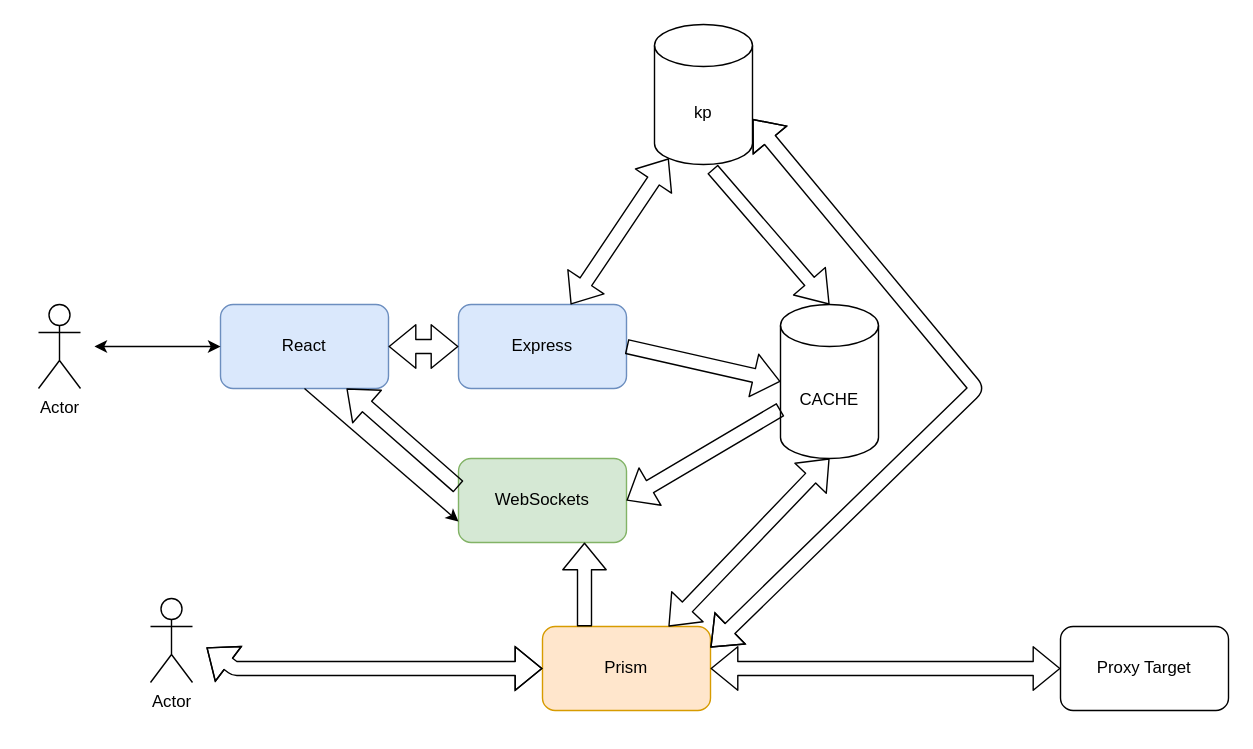
Above: project/Untitled Diagram.drawio in MarkoVcode/Insect (draw.io), before the change. Source tidied: cells renumbered, new cells numbered last; positions are measured from the earlier drawing's top-left corner, leaving out a move shared by most shapes. Both pictures are drawn from the tidied source at 140%, with x=0, y=0 at pixel (38, 24).
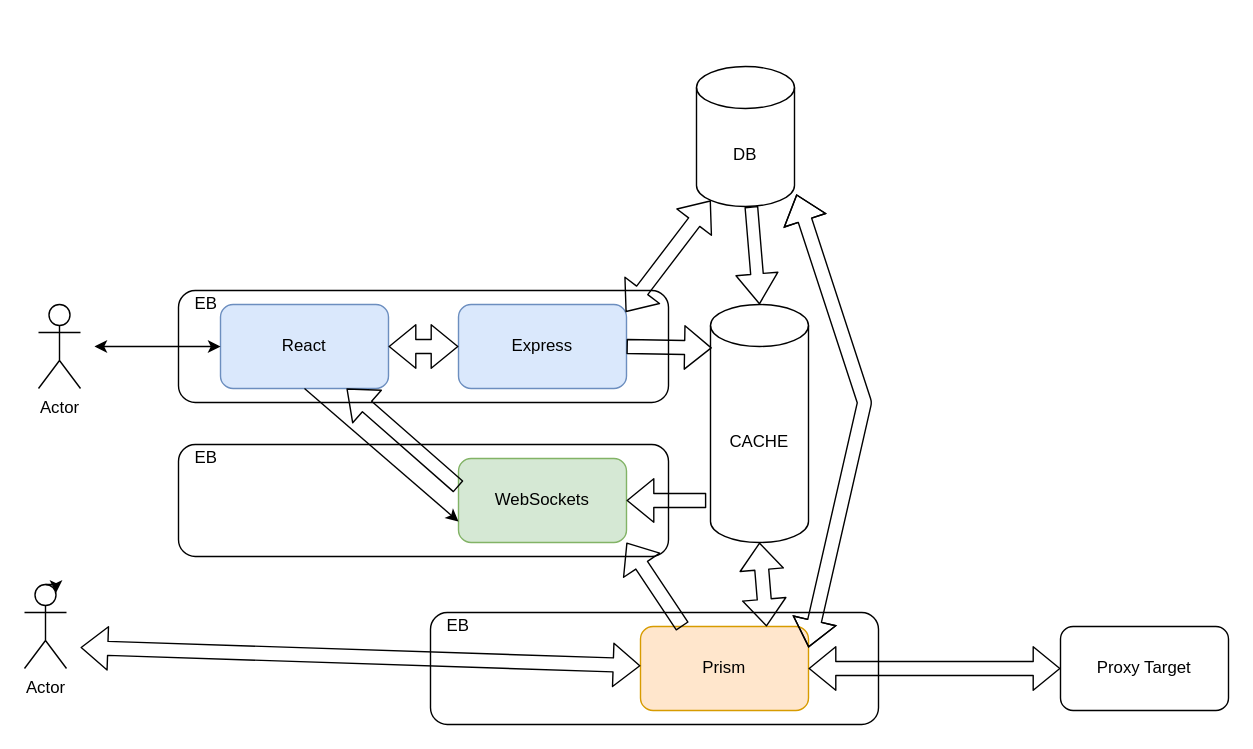
The same diagram, later.

Unchanged cells that the change refers to:
```xml
<mxCell id="2" value="Express" style="rounded=1;whiteSpace=wrap;html=1;fillColor=#dae8fc;strokeColor=#6c8ebf;" parent="1" vertex="1">
  <mxGeometry x="300" y="200" width="120" height="60" as="geometry" />
</mxCell>
<mxCell id="17" value="WebSockets" style="rounded=1;whiteSpace=wrap;html=1;fillColor=#d5e8d4;strokeColor=#82b366;" parent="1" vertex="1">
  <mxGeometry x="300" y="310" width="120" height="60" as="geometry" />
</mxCell>
```

Change to the diagram source:
```diff
@@
+    <mxCell id="24" style="rounded=1;whiteSpace=wrap;html=1;" parent="1" vertex="1">
+      <mxGeometry x="280" y="420" width="320" height="80" as="geometry" />
+    </mxCell>
+    <mxCell id="25" style="rounded=1;whiteSpace=wrap;html=1;" parent="1" vertex="1">
+      <mxGeometry x="100" y="300" width="350" height="80" as="geometry" />
+    </mxCell>
+    <mxCell id="26" style="rounded=1;whiteSpace=wrap;html=1;" parent="1" vertex="1">
+      <mxGeometry x="100" y="190" width="350" height="80" as="geometry" />
+    </mxCell>
@@
-    <mxCell id="5" value="kp" style="shape=cylinder3;whiteSpace=wrap;html=1;boundedLbl=1;backgroundOutline=1;size=15;" parent="1" vertex="1">
-      <mxGeometry x="440" width="70" height="100" as="geometry" />
+    <mxCell id="5" value="DB" style="shape=cylinder3;whiteSpace=wrap;html=1;boundedLbl=1;backgroundOutline=1;size=15;" parent="1" vertex="1">
+      <mxGeometry x="470" y="30" width="70" height="100" as="geometry" />
     </mxCell>
     <mxCell id="6" value="CACHE" style="shape=cylinder3;whiteSpace=wrap;html=1;boundedLbl=1;backgroundOutline=1;size=15;" parent="1" vertex="1">
-      <mxGeometry x="530" y="200" width="70" height="110" as="geometry" />
+      <mxGeometry x="480" y="200" width="70" height="170" as="geometry" />
     </mxCell>
-    <mxCell id="7" style="shape=flexArrow;endArrow=classic;startArrow=classic;html=1;entryX=0.145;entryY=1;entryDx=0;entryDy=-4.35;entryPerimeter=0;" parent="1" edge="1" source="2" target="5">
+    <mxCell id="7" style="shape=flexArrow;endArrow=classic;startArrow=classic;html=1;entryX=0.145;entryY=1;entryDx=0;entryDy=-4.35;entryPerimeter=0;exitX=0.995;exitY=0.09;exitDx=0;exitDy=0;exitPerimeter=0;" parent="1" edge="1" source="2" target="5">
       <mxGeometry relative="1" as="geometry" />
     </mxCell>
     <mxCell id="8" value="Prism" style="rounded=1;whiteSpace=wrap;html=1;fillColor=#ffe6cc;strokeColor=#d79b00;" parent="1" vertex="1">
-      <mxGeometry x="360" y="430" width="120" height="60" as="geometry" />
+      <mxGeometry x="430" y="430" width="120" height="60" as="geometry" />
     </mxCell>
-    <mxCell id="9" style="shape=flexArrow;endArrow=classic;startArrow=classic;html=1;entryX=0;entryY=0.5;entryDx=0;entryDy=0;" parent="1" edge="1" target="8">
-      <mxGeometry relative="1" as="geometry">
-        <mxPoint x="120" y="445" as="sourcePoint" />
-        <Array as="points">
-          <mxPoint x="140" y="460" />
-        </Array>
-      </mxGeometry>
-    </mxCell>
     <mxCell id="10" value="Actor" style="shape=umlActor;verticalLabelPosition=bottom;verticalAlign=top;html=1;outlineConnect=0;" parent="1" vertex="1">
-      <mxGeometry x="80" y="410" width="30" height="60" as="geometry" />
+      <mxGeometry x="-10" y="400" width="30" height="60" as="geometry" />
     </mxCell>
-    <mxCell id="11" style="shape=flexArrow;endArrow=classic;html=1;width=9;endSize=6.8;entryX=0.5;entryY=0;entryDx=0;entryDy=0;entryPerimeter=0;exitX=0.592;exitY=1.033;exitDx=0;exitDy=0;exitPerimeter=0;" parent="1" edge="1" source="5" target="6">
+    <mxCell id="11" style="shape=flexArrow;endArrow=classic;html=1;width=9;endSize=6.8;entryX=0.5;entryY=0;entryDx=0;entryDy=0;entryPerimeter=0;" parent="1" edge="1" source="5" target="6">
       <mxGeometry relative="1" as="geometry" />
     </mxCell>
@@
-    <mxCell id="20" style="shape=flexArrow;endArrow=classic;html=1;entryX=0.75;entryY=1;entryDx=0;entryDy=0;exitX=0.25;exitY=0;exitDx=0;exitDy=0;" parent="1" edge="1" source="8" target="17">
+    <mxCell id="20" style="shape=flexArrow;endArrow=classic;html=1;entryX=1;entryY=1;entryDx=0;entryDy=0;exitX=0.25;exitY=0;exitDx=0;exitDy=0;" parent="1" edge="1" source="8" target="17">
       <mxGeometry relative="1" as="geometry" />
     </mxCell>
-    <mxCell id="21" style="shape=flexArrow;endArrow=classic;html=1;entryX=1;entryY=0.5;entryDx=0;entryDy=0;exitX=0;exitY=0;exitDx=0;exitDy=75;exitPerimeter=0;" parent="1" edge="1" source="6" target="17">
-      <mxGeometry relative="1" as="geometry" />
+    <mxCell id="21" style="shape=flexArrow;endArrow=classic;html=1;entryX=1;entryY=0.5;entryDx=0;entryDy=0;" parent="1" edge="1" target="17">
+      <mxGeometry relative="1" as="geometry">
+        <mxPoint x="477" y="340" as="sourcePoint" />
+      </mxGeometry>
     </mxCell>
-    <mxCell id="22" style="shape=flexArrow;endArrow=classic;html=1;entryX=0;entryY=0.5;entryDx=0;entryDy=0;entryPerimeter=0;exitX=1;exitY=0.5;exitDx=0;exitDy=0;" parent="1" edge="1" source="2" target="6">
-      <mxGeometry relative="1" as="geometry" />
+    <mxCell id="22" style="shape=flexArrow;endArrow=classic;html=1;exitX=1;exitY=0.5;exitDx=0;exitDy=0;" parent="1" edge="1" source="2">
+      <mxGeometry relative="1" as="geometry">
+        <mxPoint x="481" y="231" as="targetPoint" />
+      </mxGeometry>
     </mxCell>
-    <mxCell id="23" style="shape=flexArrow;endArrow=classic;startArrow=classic;html=1;entryX=1;entryY=0;entryDx=0;entryDy=67.5;entryPerimeter=0;exitX=1;exitY=0.25;exitDx=0;exitDy=0;" parent="1" edge="1" source="8" target="5">
+    <mxCell id="23" style="shape=flexArrow;endArrow=classic;startArrow=classic;html=1;entryX=1.02;entryY=0.913;entryDx=0;entryDy=0;entryPerimeter=0;exitX=1;exitY=0.25;exitDx=0;exitDy=0;" parent="1" edge="1" source="8" target="5">
       <mxGeometry relative="1" as="geometry">
         <Array as="points">
-          <mxPoint x="670" y="260" />
+          <mxPoint x="590" y="270" />
         </Array>
       </mxGeometry>
     </mxCell>
+    <mxCell id="27" style="edgeStyle=orthogonalEdgeStyle;rounded=0;orthogonalLoop=1;jettySize=auto;html=1;exitX=0.5;exitY=0;exitDx=0;exitDy=0;exitPerimeter=0;entryX=0.75;entryY=0.1;entryDx=0;entryDy=0;entryPerimeter=0;" parent="1" edge="1" source="10" target="10">
+      <mxGeometry relative="1" as="geometry" />
+    </mxCell>
+    <mxCell id="28" style="shape=flexArrow;endArrow=classic;startArrow=classic;html=1;" parent="1" edge="1" target="8">
+      <mxGeometry relative="1" as="geometry">
+        <mxPoint x="30" y="445" as="sourcePoint" />
+      </mxGeometry>
+    </mxCell>
+    <mxCell id="29" value="EB" style="text;html=1;strokeColor=none;fillColor=none;align=center;verticalAlign=middle;whiteSpace=wrap;rounded=0;" parent="1" vertex="1">
+      <mxGeometry x="100" y="300" width="40" height="20" as="geometry" />
+    </mxCell>
+    <mxCell id="30" value="EB" style="text;html=1;strokeColor=none;fillColor=none;align=center;verticalAlign=middle;whiteSpace=wrap;rounded=0;" parent="1" vertex="1">
+      <mxGeometry x="100" y="190" width="40" height="20" as="geometry" />
+    </mxCell>
+    <mxCell id="31" value="EB" style="text;html=1;strokeColor=none;fillColor=none;align=center;verticalAlign=middle;whiteSpace=wrap;rounded=0;" parent="1" vertex="1">
+      <mxGeometry x="280" y="420" width="40" height="20" as="geometry" />
+    </mxCell>
```
